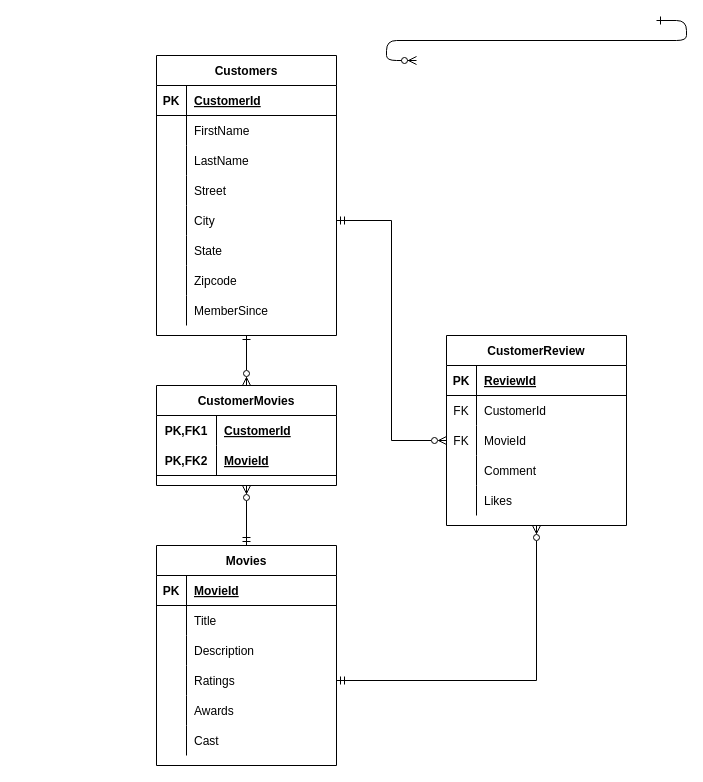
Earlier version of the draw.io diagram Untitled Diagram.drawio (conradartco/sandbox). Source tidied: cells renumbered, new cells numbered last; positions are measured from the earlier drawing's top-left corner, leaving out a move shared by most shapes. Both pictures are drawn from the tidied source at 100%, with x=0, y=0 at pixel (156, 20).
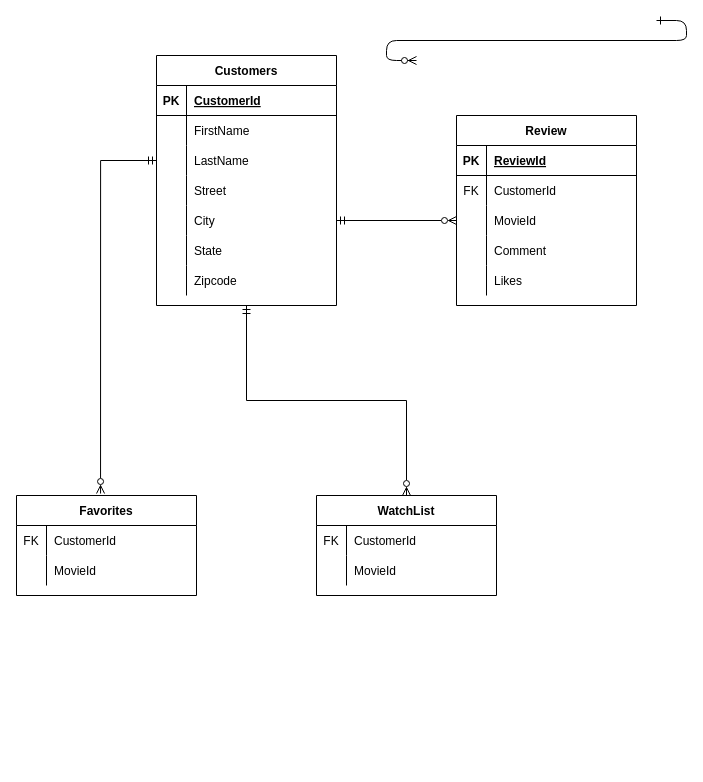
The same page after the edit.

Commit message:
Capstone_ERD_Approved

Unchanged cells that the change refers to:
```xml
<mxCell id="11" style="shape=tableRow;horizontal=0;startSize=0;swimlaneHead=0;swimlaneBody=0;fillColor=none;points=[[0,0.5],[1,0.5]];portConstraint=eastwest;top=0;left=0;right=0;bottom=0;" parent="4" vertex="1">
  <mxGeometry y="90" width="180" height="30" as="geometry" />
</mxCell>
<mxCell id="64" style="shape=tableRow;horizontal=0;startSize=0;swimlaneHead=0;swimlaneBody=0;fillColor=none;points=[[0,0.5],[1,0.5]];portConstraint=eastwest;top=0;left=0;right=0;bottom=0;" parent="57" vertex="1">
  <mxGeometry y="90" width="180" height="30" as="geometry" />
</mxCell>
```

The edit, as a diff of the source:
```diff
@@
-    <mxCell id="3" style="edgeStyle=orthogonalEdgeStyle;rounded=0;jettySize=auto;html=1;exitX=0.5;exitY=1;exitDx=0;exitDy=0;entryX=0.5;entryY=0;entryDx=0;entryDy=0;endArrow=ERzeroToMany;endFill=0;startArrow=ERone;startFill=0;" parent="1" edge="1" source="4" target="49">
-      <mxGeometry relative="1" as="geometry" />
-    </mxCell>
+    <mxCell id="74" style="edgeStyle=orthogonalEdgeStyle;rounded=0;jettySize=auto;html=1;exitX=0.5;exitY=1;exitDx=0;exitDy=0;entryX=0.5;entryY=0;entryDx=0;entryDy=0;startArrow=ERmandOne;startFill=0;endArrow=ERzeroToMany;endFill=0;" parent="1" edge="1" source="4" target="82">
+      <mxGeometry relative="1" as="geometry" />
+    </mxCell>
     <mxCell id="4" value="Customers" style="shape=table;startSize=30;childLayout=tableLayout;rowLines=0;fontStyle=1;align=center;" parent="1" vertex="1">
-      <mxGeometry y="35" width="180" height="280" as="geometry" />
+      <mxGeometry y="35" width="180" height="250" as="geometry" />
     </mxCell>
@@
-    <mxCell id="26" style="shape=tableRow;horizontal=0;startSize=0;swimlaneHead=0;swimlaneBody=0;fillColor=none;top=0;left=0;right=0;bottom=0;" parent="4" vertex="1">
-      <mxGeometry y="240" width="180" height="30" as="geometry" />
-    </mxCell>
-    <mxCell id="27" style="shape=partialRectangle;fillColor=none;top=0;left=0;bottom=0;right=0;overflow=hidden;" parent="26" vertex="1">
-      <mxGeometry width="30" height="30" as="geometry" />
-    </mxCell>
-    <mxCell id="28" value="MemberSince" style="shape=partialRectangle;fillColor=none;top=0;left=0;bottom=0;right=0;align=left;spacingLeft=6;overflow=hidden;" parent="26" vertex="1">
-      <mxGeometry x="30" width="150" height="30" as="geometry" />
-    </mxCell>
-    <mxCell id="29" value="Movies" style="shape=table;startSize=30;childLayout=tableLayout;rowLines=0;fontStyle=1;align=center;" parent="1" vertex="1">
-      <mxGeometry y="525" width="180" height="220" as="geometry" />
-    </mxCell>
-    <mxCell id="30" style="shape=tableRow;horizontal=0;startSize=0;swimlaneHead=0;swimlaneBody=0;fillColor=none;top=0;left=0;right=0;bottom=1;" parent="29" vertex="1">
-      <mxGeometry y="30" width="180" height="30" as="geometry" />
-    </mxCell>
-    <mxCell id="31" value="PK" style="shape=partialRectangle;fillColor=none;top=0;left=0;bottom=0;right=0;fontStyle=1;overflow=hidden;" parent="30" vertex="1">
-      <mxGeometry width="30" height="30" as="geometry" />
-    </mxCell>
-    <mxCell id="32" value="MovieId" style="shape=partialRectangle;fillColor=none;top=0;left=0;bottom=0;right=0;align=left;spacingLeft=6;fontStyle=5;overflow=hidden;" parent="30" vertex="1">
-      <mxGeometry x="30" width="150" height="30" as="geometry" />
-    </mxCell>
-    <mxCell id="33" style="shape=tableRow;horizontal=0;startSize=0;swimlaneHead=0;swimlaneBody=0;fillColor=none;top=0;left=0;right=0;bottom=0;" parent="29" vertex="1">
-      <mxGeometry y="60" width="180" height="30" as="geometry" />
-    </mxCell>
-    <mxCell id="34" style="shape=partialRectangle;fillColor=none;top=0;left=0;bottom=0;right=0;overflow=hidden;" parent="33" vertex="1">
-      <mxGeometry width="30" height="30" as="geometry" />
-    </mxCell>
-    <mxCell id="35" value="Title" style="shape=partialRectangle;fillColor=none;top=0;left=0;bottom=0;right=0;align=left;spacingLeft=6;overflow=hidden;" parent="33" vertex="1">
-      <mxGeometry x="30" width="150" height="30" as="geometry" />
-    </mxCell>
-    <mxCell id="36" style="shape=tableRow;horizontal=0;startSize=0;swimlaneHead=0;swimlaneBody=0;fillColor=none;top=0;left=0;right=0;bottom=0;" parent="29" vertex="1">
-      <mxGeometry y="90" width="180" height="30" as="geometry" />
-    </mxCell>
-    <mxCell id="37" style="shape=partialRectangle;fillColor=none;top=0;left=0;bottom=0;right=0;overflow=hidden;" parent="36" vertex="1">
-      <mxGeometry width="30" height="30" as="geometry" />
-    </mxCell>
-    <mxCell id="38" value="Description" style="shape=partialRectangle;fillColor=none;top=0;left=0;bottom=0;right=0;align=left;spacingLeft=6;overflow=hidden;" parent="36" vertex="1">
-      <mxGeometry x="30" width="150" height="30" as="geometry" />
-    </mxCell>
-    <mxCell id="39" style="shape=tableRow;horizontal=0;startSize=0;swimlaneHead=0;swimlaneBody=0;fillColor=none;points=[[0,0.5],[1,0.5]];portConstraint=eastwest;top=0;left=0;right=0;bottom=0;" parent="29" vertex="1">
-      <mxGeometry y="120" width="180" height="30" as="geometry" />
-    </mxCell>
-    <mxCell id="40" style="shape=partialRectangle;fillColor=none;top=0;left=0;bottom=0;right=0;overflow=hidden;" parent="39" vertex="1">
-      <mxGeometry width="30" height="30" as="geometry" />
-    </mxCell>
-    <mxCell id="41" value="Ratings" style="shape=partialRectangle;fillColor=none;top=0;left=0;bottom=0;right=0;align=left;spacingLeft=6;overflow=hidden;" parent="39" vertex="1">
-      <mxGeometry x="30" width="150" height="30" as="geometry" />
-    </mxCell>
-    <mxCell id="42" style="shape=tableRow;horizontal=0;startSize=0;swimlaneHead=0;swimlaneBody=0;fillColor=none;top=0;left=0;right=0;bottom=0;" parent="29" vertex="1">
-      <mxGeometry y="150" width="180" height="30" as="geometry" />
-    </mxCell>
-    <mxCell id="43" style="shape=partialRectangle;fillColor=none;top=0;left=0;bottom=0;right=0;overflow=hidden;" parent="42" vertex="1">
-      <mxGeometry width="30" height="30" as="geometry" />
-    </mxCell>
-    <mxCell id="44" value="Awards" style="shape=partialRectangle;fillColor=none;top=0;left=0;bottom=0;right=0;align=left;spacingLeft=6;overflow=hidden;" parent="42" vertex="1">
-      <mxGeometry x="30" width="150" height="30" as="geometry" />
-    </mxCell>
-    <mxCell id="45" style="shape=tableRow;horizontal=0;startSize=0;swimlaneHead=0;swimlaneBody=0;fillColor=none;top=0;left=0;right=0;bottom=0;" parent="29" vertex="1">
-      <mxGeometry y="180" width="180" height="30" as="geometry" />
-    </mxCell>
-    <mxCell id="46" style="shape=partialRectangle;fillColor=none;top=0;left=0;bottom=0;right=0;overflow=hidden;" parent="45" vertex="1">
-      <mxGeometry width="30" height="30" as="geometry" />
-    </mxCell>
-    <mxCell id="47" value="Cast" style="shape=partialRectangle;fillColor=none;top=0;left=0;bottom=0;right=0;align=left;spacingLeft=6;overflow=hidden;" parent="45" vertex="1">
-      <mxGeometry x="30" width="150" height="30" as="geometry" />
-    </mxCell>
-    <mxCell id="48" style="edgeStyle=orthogonalEdgeStyle;rounded=0;jettySize=auto;html=1;exitX=0.5;exitY=1;exitDx=0;exitDy=0;startArrow=ERzeroToMany;startFill=0;endArrow=ERmandOne;endFill=0;" parent="1" edge="1" source="49" target="29">
-      <mxGeometry relative="1" as="geometry" />
-    </mxCell>
-    <mxCell id="49" value="CustomerMovies" style="shape=table;startSize=30;childLayout=tableLayout;rowLines=0;fontStyle=1;align=center;" parent="1" vertex="1">
-      <mxGeometry y="365" width="180" height="100" as="geometry" />
-    </mxCell>
-    <mxCell id="50" style="shape=tableRow;horizontal=0;startSize=0;swimlaneHead=0;swimlaneBody=0;fillColor=none;top=0;left=0;right=0;bottom=0;" parent="49" vertex="1">
-      <mxGeometry y="30" width="180" height="30" as="geometry" />
-    </mxCell>
-    <mxCell id="51" value="PK,FK1" style="shape=partialRectangle;fillColor=none;top=0;left=0;bottom=0;right=0;fontStyle=1;overflow=hidden;" parent="50" vertex="1">
-      <mxGeometry width="60" height="30" as="geometry" />
-    </mxCell>
-    <mxCell id="52" value="CustomerId" style="shape=partialRectangle;fillColor=none;top=0;left=0;bottom=0;right=0;align=left;spacingLeft=6;fontStyle=5;overflow=hidden;" parent="50" vertex="1">
-      <mxGeometry x="60" width="120" height="30" as="geometry" />
-    </mxCell>
-    <mxCell id="53" style="shape=tableRow;horizontal=0;startSize=0;swimlaneHead=0;swimlaneBody=0;fillColor=none;top=0;left=0;right=0;bottom=1;" parent="49" vertex="1">
-      <mxGeometry y="60" width="180" height="30" as="geometry" />
-    </mxCell>
-    <mxCell id="54" value="PK,FK2" style="shape=partialRectangle;fillColor=none;top=0;left=0;bottom=0;right=0;fontStyle=1;overflow=hidden;" parent="53" vertex="1">
-      <mxGeometry width="60" height="30" as="geometry" />
-    </mxCell>
-    <mxCell id="55" value="MovieId" style="shape=partialRectangle;fillColor=none;top=0;left=0;bottom=0;right=0;align=left;spacingLeft=6;fontStyle=5;overflow=hidden;" parent="53" vertex="1">
-      <mxGeometry x="60" width="120" height="30" as="geometry" />
-    </mxCell>
-    <mxCell id="56" style="edgeStyle=orthogonalEdgeStyle;rounded=0;jettySize=auto;html=1;exitX=0.5;exitY=1;exitDx=0;exitDy=0;entryX=1;entryY=0.5;entryDx=0;entryDy=0;startArrow=ERzeroToMany;startFill=0;endArrow=ERmandOne;endFill=0;" parent="1" edge="1" source="57" target="39">
-      <mxGeometry relative="1" as="geometry" />
-    </mxCell>
-    <mxCell id="57" value="CustomerReview" style="shape=table;startSize=30;childLayout=tableLayout;rowLines=0;fontStyle=1;align=center;" parent="1" vertex="1">
-      <mxGeometry x="290" y="315" width="180" height="190" as="geometry" />
+    <mxCell id="57" value="Review" style="shape=table;startSize=30;childLayout=tableLayout;rowLines=0;fontStyle=1;align=center;" parent="1" vertex="1">
+      <mxGeometry x="300" y="95" width="180" height="190" as="geometry" />
     </mxCell>
@@
-    <mxCell id="65" value="FK" style="shape=partialRectangle;fillColor=none;top=0;left=0;bottom=0;right=0;overflow=hidden;" parent="64" vertex="1">
+    <mxCell id="65" style="shape=partialRectangle;fillColor=none;top=0;left=0;bottom=0;right=0;overflow=hidden;" parent="64" vertex="1">
       <mxGeometry width="30" height="30" as="geometry" />
     </mxCell>
@@
+    <mxCell id="75" value="Favorites" style="shape=table;startSize=30;childLayout=tableLayout;rowLines=0;fontStyle=1;align=center;" parent="1" vertex="1">
+      <mxGeometry x="-140" y="475" width="180" height="100" as="geometry" />
+    </mxCell>
+    <mxCell id="76" style="shape=tableRow;horizontal=0;startSize=0;swimlaneHead=0;swimlaneBody=0;fillColor=none;top=0;left=0;right=0;bottom=0;" parent="75" vertex="1">
+      <mxGeometry y="30" width="180" height="30" as="geometry" />
+    </mxCell>
+    <mxCell id="77" value="FK" style="shape=partialRectangle;fillColor=none;top=0;left=0;bottom=0;right=0;overflow=hidden;" parent="76" vertex="1">
+      <mxGeometry width="30" height="30" as="geometry" />
+    </mxCell>
+    <mxCell id="78" value="CustomerId" style="shape=partialRectangle;fillColor=none;top=0;left=0;bottom=0;right=0;align=left;spacingLeft=6;overflow=hidden;" parent="76" vertex="1">
+      <mxGeometry x="30" width="150" height="30" as="geometry" />
+    </mxCell>
+    <mxCell id="79" style="shape=tableRow;horizontal=0;startSize=0;swimlaneHead=0;swimlaneBody=0;fillColor=none;top=0;left=0;right=0;bottom=0;" parent="75" vertex="1">
+      <mxGeometry y="60" width="180" height="30" as="geometry" />
+    </mxCell>
+    <mxCell id="80" style="shape=partialRectangle;fillColor=none;top=0;left=0;bottom=0;right=0;overflow=hidden;" parent="79" vertex="1">
+      <mxGeometry width="30" height="30" as="geometry" />
+    </mxCell>
+    <mxCell id="81" value="MovieId" style="shape=partialRectangle;fillColor=none;top=0;left=0;bottom=0;right=0;align=left;spacingLeft=6;overflow=hidden;" parent="79" vertex="1">
+      <mxGeometry x="30" width="150" height="30" as="geometry" />
+    </mxCell>
+    <mxCell id="82" value="WatchList" style="shape=table;startSize=30;childLayout=tableLayout;rowLines=0;fontStyle=1;align=center;" parent="1" vertex="1">
+      <mxGeometry x="160" y="475" width="180" height="100" as="geometry" />
+    </mxCell>
+    <mxCell id="83" style="shape=tableRow;horizontal=0;startSize=0;swimlaneHead=0;swimlaneBody=0;fillColor=none;top=0;left=0;right=0;bottom=0;" parent="82" vertex="1">
+      <mxGeometry y="30" width="180" height="30" as="geometry" />
+    </mxCell>
+    <mxCell id="84" value="FK" style="shape=partialRectangle;fillColor=none;top=0;left=0;bottom=0;right=0;overflow=hidden;" parent="83" vertex="1">
+      <mxGeometry width="30" height="30" as="geometry" />
+    </mxCell>
+    <mxCell id="85" value="CustomerId" style="shape=partialRectangle;fillColor=none;top=0;left=0;bottom=0;right=0;align=left;spacingLeft=6;overflow=hidden;" parent="83" vertex="1">
+      <mxGeometry x="30" width="150" height="30" as="geometry" />
+    </mxCell>
+    <mxCell id="86" style="shape=tableRow;horizontal=0;startSize=0;swimlaneHead=0;swimlaneBody=0;fillColor=none;top=0;left=0;right=0;bottom=0;" parent="82" vertex="1">
+      <mxGeometry y="60" width="180" height="30" as="geometry" />
+    </mxCell>
+    <mxCell id="87" style="shape=partialRectangle;fillColor=none;top=0;left=0;bottom=0;right=0;overflow=hidden;" parent="86" vertex="1">
+      <mxGeometry width="30" height="30" as="geometry" />
+    </mxCell>
+    <mxCell id="88" value="MovieId" style="shape=partialRectangle;fillColor=none;top=0;left=0;bottom=0;right=0;align=left;spacingLeft=6;overflow=hidden;" parent="86" vertex="1">
+      <mxGeometry x="30" width="150" height="30" as="geometry" />
+    </mxCell>
+    <mxCell id="89" style="edgeStyle=orthogonalEdgeStyle;rounded=0;jettySize=auto;html=1;exitX=0;exitY=0.5;exitDx=0;exitDy=0;entryX=0.467;entryY=-0.02;entryDx=0;entryDy=0;entryPerimeter=0;startArrow=ERmandOne;startFill=0;endArrow=ERzeroToMany;endFill=0;" parent="1" edge="1" source="11" target="75">
+      <mxGeometry relative="1" as="geometry" />
+    </mxCell>
```
